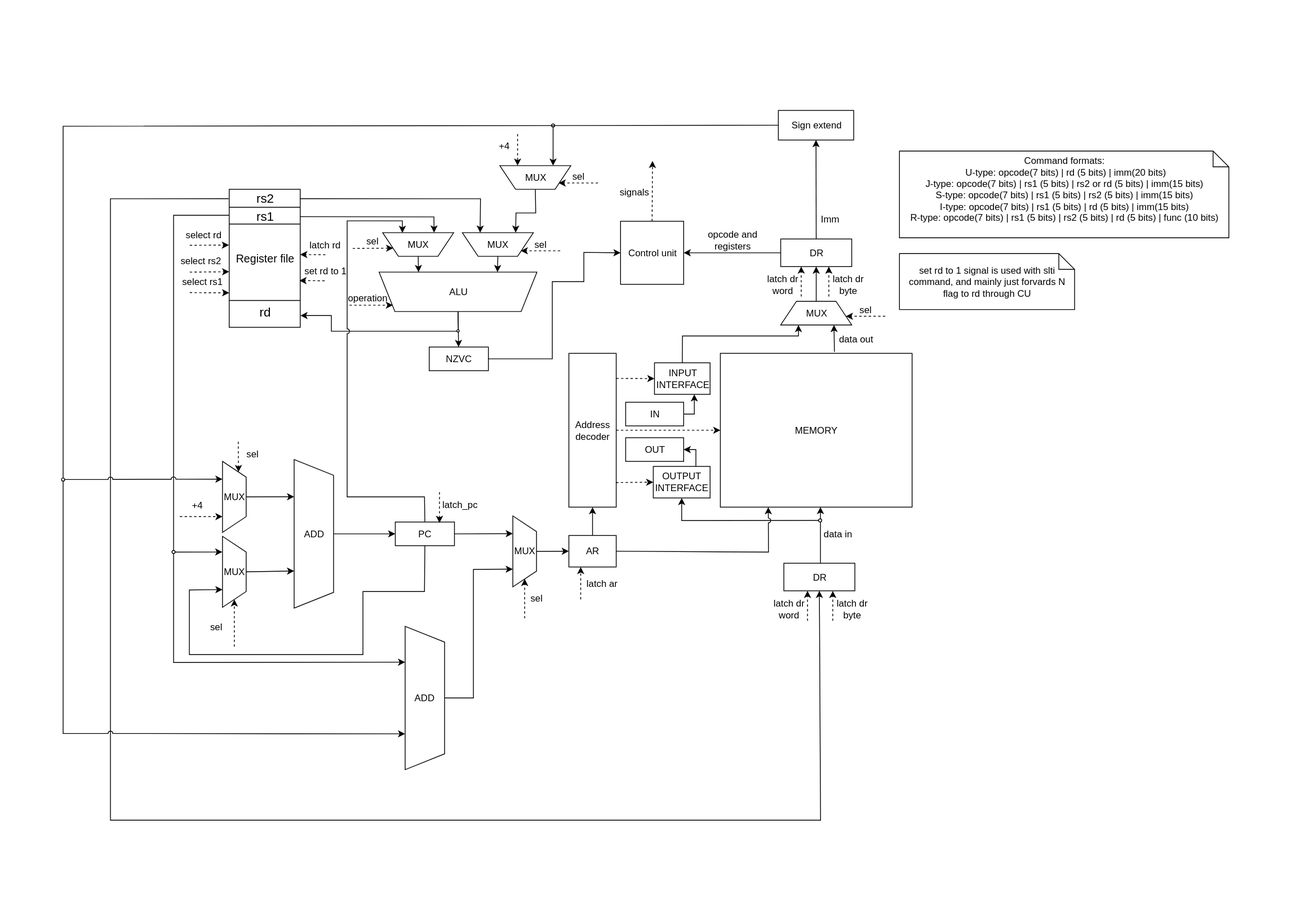
Earlier version of the draw.io export scheme/scheme.svg (AstroSoup/computer-system-architecture-lab-3). Source tidied: cells renumbered, new cells last; positions are measured from the earlier drawing's top-left corner, leaving out a move shared by most shapes.
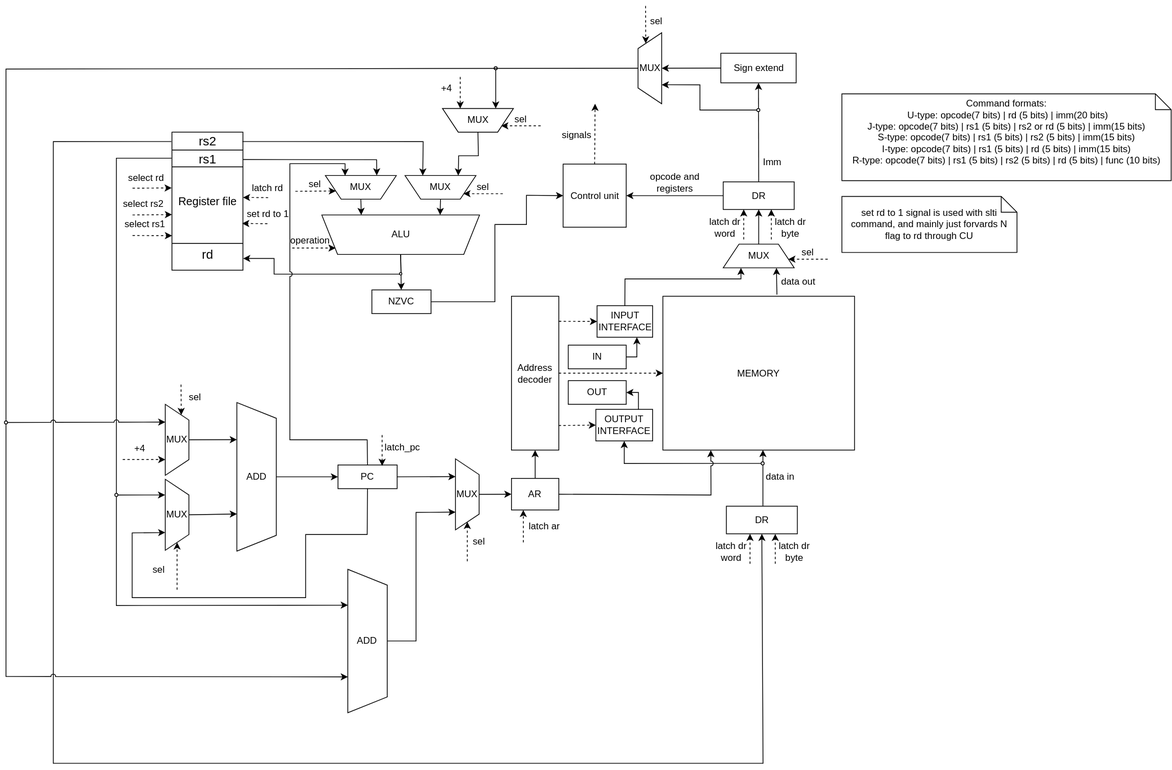
After the change.

Commit message:
an itty-bitty correction

Change to the diagram source:
```diff
@@ -401,8 +401,9 @@
         </Array>
       </mxGeometry>
     </mxCell>
-    <mxCell id="98" style="endArrow=classic;html=1;rounded=0;entryX=0.25;entryY=1;entryDx=0;entryDy=0;exitX=0;exitY=0.5;exitDx=0;exitDy=0;jumpStyle=arc;" parent="1" edge="1" source="19" target="27">
+    <mxCell id="98" style="endArrow=classic;html=1;rounded=0;entryX=0.25;entryY=1;entryDx=0;entryDy=0;jumpStyle=arc;" parent="1" edge="1" target="27">
       <mxGeometry relative="1" as="geometry">
+        <mxPoint x="832" y="19" as="sourcePoint" />
         <Array as="points">
           <mxPoint x="2" y="20" />
           <mxPoint x="2" y="468" />
@@ -532,5 +533,30 @@
         <mxPoint x="994" y="261" as="targetPoint" />
       </mxGeometry>
     </mxCell>
+    <mxCell id="125" value="MUX" style="shape=trapezoid;perimeter=trapezoidPerimeter;whiteSpace=wrap;html=1;fixedSize=1;direction=west;rotation=90;horizontal=0;" parent="1" vertex="1">
+      <mxGeometry x="773.5" y="4" width="90" height="30" as="geometry" />
+    </mxCell>
+    <mxCell id="126" style="endArrow=classic;html=1;rounded=0;exitX=0;exitY=0.5;exitDx=0;exitDy=0;entryX=0.5;entryY=1;entryDx=0;entryDy=0;" parent="1" edge="1" source="19" target="125">
+      <mxGeometry relative="1" as="geometry" />
+    </mxCell>
+    <mxCell id="127" style="endArrow=classic;html=1;rounded=0;exitX=1;exitY=0.5;exitDx=0;exitDy=0;entryX=0.267;entryY=1.001;entryDx=0;entryDy=0;entryPerimeter=0;" parent="1" edge="1" source="128" target="125">
+      <mxGeometry relative="1" as="geometry">
+        <Array as="points">
+          <mxPoint x="882" y="72" />
+          <mxPoint x="882" y="40" />
+        </Array>
+      </mxGeometry>
+    </mxCell>
+    <mxCell id="128" style="ellipse;whiteSpace=wrap;html=1;fillColor=light-dark(#FFFFFF,#FFFFFF);direction=west;" parent="1" vertex="1">
+      <mxGeometry x="954" y="70" width="4" height="4" as="geometry" />
+    </mxCell>
+    <mxCell id="129" style="endArrow=classic;html=1;rounded=0;dashed=1;entryX=1;entryY=0.25;entryDx=0;entryDy=0;" parent="1" edge="1" target="125">
+      <mxGeometry relative="1" as="geometry">
+        <mxPoint x="813" y="-60" as="sourcePoint" />
+      </mxGeometry>
+    </mxCell>
+    <mxCell id="130" value="sel" style="text;html=1;whiteSpace=wrap;strokeColor=none;fillColor=none;align=center;verticalAlign=middle;rounded=0;" parent="1" vertex="1">
+      <mxGeometry x="797" y="-55" width="60" height="30" as="geometry" />
+    </mxCell>
   </root>
 </mxGraphModel>
```
